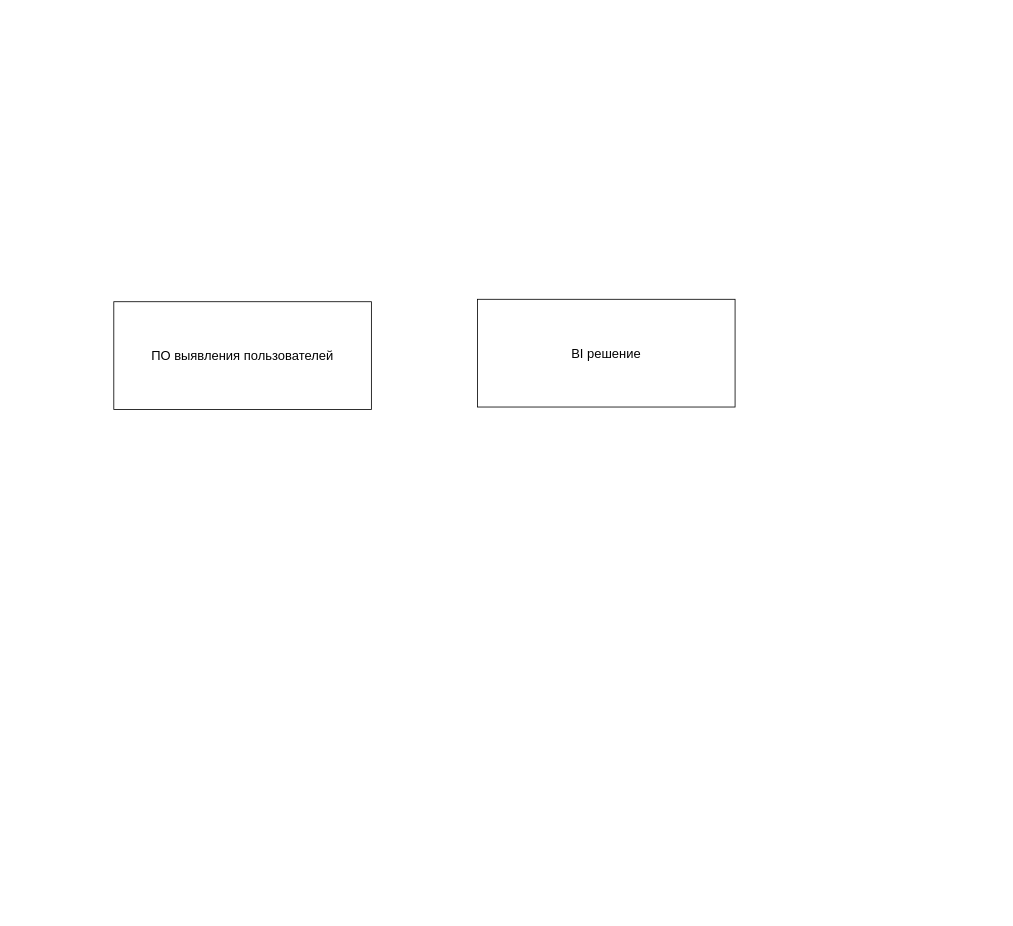
Above: page "Страница 2" (2 of 2) of Диаграмма без названия.drawio in careock/diagrams (draw.io), before the change. Source tidied: cells renumbered, new cells numbered last; positions are measured from the earlier drawing's top-left corner, leaving out a move shared by most shapes. Both pictures are drawn from the tidied source at 81%, with x=0, y=0 at pixel (113, 299).
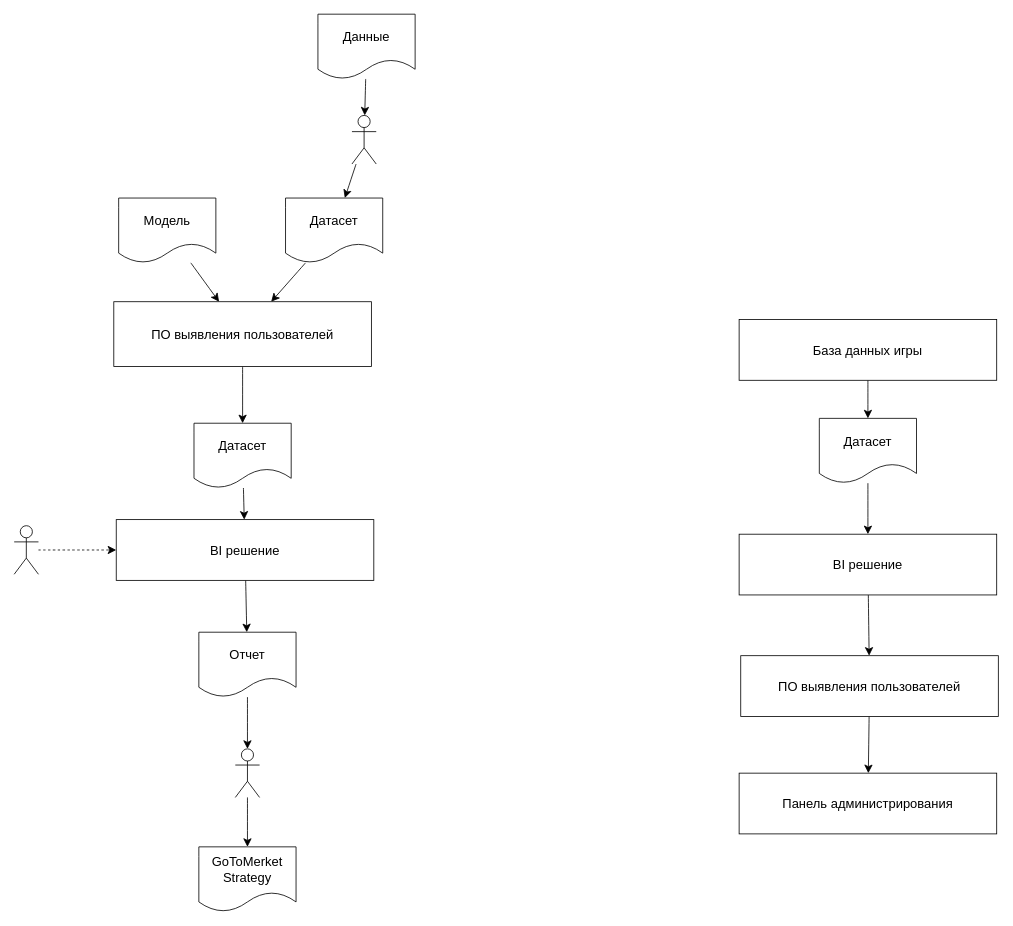
The same diagram, later.

Change to the diagram source:
```diff
@@
+    <mxCell id="4" style="edgeStyle=none;curved=1;rounded=0;jettySize=auto;html=1;fontSize=12;startSize=8;endSize=8;" parent="1" edge="1" source="2" target="10">
+      <mxGeometry relative="1" as="geometry" />
+    </mxCell>
     <mxCell id="2" value="ПО выявления пользователей" style="rounded=0;whiteSpace=wrap;html=1;fontSize=16;strokeWidth=1;" parent="1" vertex="1">
-      <mxGeometry y="3" width="318" height="133" as="geometry" />
+      <mxGeometry y="3" width="318" height="80" as="geometry" />
     </mxCell>
-    <mxCell id="3" value="BI решение" style="rounded=0;whiteSpace=wrap;html=1;fontSize=16;strokeWidth=1;" parent="1" vertex="1">
-      <mxGeometry x="449" width="318" height="133" as="geometry" />
-    </mxCell>
+    <mxCell id="5" style="edgeStyle=none;curved=1;rounded=0;jettySize=auto;html=1;fontSize=12;startSize=8;endSize=8;" parent="1" edge="1" source="6" target="2">
+      <mxGeometry relative="1" as="geometry" />
+    </mxCell>
+    <mxCell id="6" value="Модель" style="shape=document;whiteSpace=wrap;html=1;boundedLbl=1;fontSize=16;" parent="1" vertex="1">
+      <mxGeometry x="6" y="-125" width="120" height="80" as="geometry" />
+    </mxCell>
+    <mxCell id="7" style="edgeStyle=none;curved=1;rounded=0;jettySize=auto;html=1;fontSize=12;startSize=8;endSize=8;" parent="1" edge="1" source="8" target="2">
+      <mxGeometry relative="1" as="geometry" />
+    </mxCell>
+    <mxCell id="8" value="Датасет" style="shape=document;whiteSpace=wrap;html=1;boundedLbl=1;fontSize=16;" parent="1" vertex="1">
+      <mxGeometry x="212" y="-125" width="120" height="80" as="geometry" />
+    </mxCell>
+    <mxCell id="9" style="edgeStyle=none;curved=1;rounded=0;jettySize=auto;html=1;fontSize=12;startSize=8;endSize=8;" parent="1" edge="1" source="10" target="16">
+      <mxGeometry relative="1" as="geometry" />
+    </mxCell>
+    <mxCell id="10" value="Датасет" style="shape=document;whiteSpace=wrap;html=1;boundedLbl=1;fontSize=16;" parent="1" vertex="1">
+      <mxGeometry x="99" y="153" width="120" height="80" as="geometry" />
+    </mxCell>
+    <mxCell id="11" style="edgeStyle=none;curved=1;rounded=0;jettySize=auto;html=1;fontSize=12;startSize=8;endSize=8;" parent="1" edge="1" source="12" target="8">
+      <mxGeometry relative="1" as="geometry" />
+    </mxCell>
+    <mxCell id="12" style="shape=umlActor;verticalLabelPosition=bottom;verticalAlign=top;html=1;outlineConnect=0;fontSize=16;" parent="1" vertex="1">
+      <mxGeometry x="294" y="-227" width="30" height="60" as="geometry" />
+    </mxCell>
+    <mxCell id="13" style="edgeStyle=none;curved=1;rounded=0;jettySize=auto;html=1;fontSize=12;startSize=8;endSize=8;" parent="1" edge="1" source="14" target="12">
+      <mxGeometry relative="1" as="geometry" />
+    </mxCell>
+    <mxCell id="14" value="Данные" style="shape=document;whiteSpace=wrap;html=1;boundedLbl=1;fontSize=16;" parent="1" vertex="1">
+      <mxGeometry x="252" y="-352" width="120" height="80" as="geometry" />
+    </mxCell>
+    <mxCell id="15" style="edgeStyle=none;curved=1;rounded=0;jettySize=auto;html=1;fontSize=12;startSize=8;endSize=8;" parent="1" edge="1" source="16" target="20">
+      <mxGeometry relative="1" as="geometry" />
+    </mxCell>
+    <mxCell id="16" value="BI решение" style="rounded=0;whiteSpace=wrap;html=1;fontSize=16;strokeWidth=1;" parent="1" vertex="1">
+      <mxGeometry x="3" y="272" width="318" height="75" as="geometry" />
+    </mxCell>
+    <mxCell id="17" style="edgeStyle=none;curved=1;rounded=0;jettySize=auto;html=1;fontSize=12;startSize=8;endSize=8;dashed=1;" parent="1" edge="1" source="18" target="16">
+      <mxGeometry relative="1" as="geometry" />
+    </mxCell>
+    <mxCell id="18" style="shape=umlActor;verticalLabelPosition=bottom;verticalAlign=top;html=1;outlineConnect=0;fontSize=16;" parent="1" vertex="1">
+      <mxGeometry x="-123" y="279.5" width="30" height="60" as="geometry" />
+    </mxCell>
+    <mxCell id="19" style="edgeStyle=none;curved=1;rounded=0;jettySize=auto;html=1;fontSize=12;startSize=8;endSize=8;" parent="1" edge="1" source="20" target="24">
+      <mxGeometry relative="1" as="geometry" />
+    </mxCell>
+    <mxCell id="20" value="Отчет" style="shape=document;whiteSpace=wrap;html=1;boundedLbl=1;fontSize=16;" parent="1" vertex="1">
+      <mxGeometry x="105" y="411" width="120" height="80" as="geometry" />
+    </mxCell>
+    <mxCell id="21" style="edgeStyle=none;curved=1;rounded=0;jettySize=auto;html=1;fontSize=12;startSize=8;endSize=8;" parent="1" edge="1" source="22" target="28">
+      <mxGeometry relative="1" as="geometry" />
+    </mxCell>
+    <mxCell id="22" value="ПО выявления пользователей" style="rounded=0;whiteSpace=wrap;html=1;fontSize=16;strokeWidth=1;" parent="1" vertex="1">
+      <mxGeometry x="774" y="440" width="318" height="75" as="geometry" />
+    </mxCell>
+    <mxCell id="23" style="edgeStyle=none;curved=1;rounded=0;jettySize=auto;html=1;fontSize=12;startSize=8;endSize=8;" parent="1" edge="1" source="24" target="25">
+      <mxGeometry relative="1" as="geometry" />
+    </mxCell>
+    <mxCell id="24" style="shape=umlActor;verticalLabelPosition=bottom;verticalAlign=top;html=1;outlineConnect=0;fontSize=16;" parent="1" vertex="1">
+      <mxGeometry x="150" y="555" width="30" height="60" as="geometry" />
+    </mxCell>
+    <mxCell id="25" value="GoToMerket Strategy" style="shape=document;whiteSpace=wrap;html=1;boundedLbl=1;fontSize=16;" parent="1" vertex="1">
+      <mxGeometry x="105" y="676" width="120" height="80" as="geometry" />
+    </mxCell>
+    <mxCell id="26" style="edgeStyle=none;curved=1;rounded=0;jettySize=auto;html=1;fontSize=12;startSize=8;endSize=8;" parent="1" edge="1" source="27" target="22">
+      <mxGeometry relative="1" as="geometry" />
+    </mxCell>
+    <mxCell id="27" value="BI решение" style="rounded=0;whiteSpace=wrap;html=1;fontSize=16;strokeWidth=1;" parent="1" vertex="1">
+      <mxGeometry x="772" y="290" width="318" height="75" as="geometry" />
+    </mxCell>
+    <mxCell id="28" value="Панель администрирования" style="rounded=0;whiteSpace=wrap;html=1;fontSize=16;strokeWidth=1;" parent="1" vertex="1">
+      <mxGeometry x="772" y="585" width="318" height="75" as="geometry" />
+    </mxCell>
+    <mxCell id="29" style="edgeStyle=none;curved=1;rounded=0;jettySize=auto;html=1;fontSize=12;startSize=8;endSize=8;" parent="1" edge="1" source="30" target="27">
+      <mxGeometry relative="1" as="geometry" />
+    </mxCell>
+    <mxCell id="30" value="Датасет" style="shape=document;whiteSpace=wrap;html=1;boundedLbl=1;fontSize=16;" parent="1" vertex="1">
+      <mxGeometry x="871" y="147" width="120" height="80" as="geometry" />
+    </mxCell>
+    <mxCell id="31" style="edgeStyle=none;curved=1;rounded=0;jettySize=auto;html=1;fontSize=12;startSize=8;endSize=8;" parent="1" edge="1" source="32" target="30">
+      <mxGeometry relative="1" as="geometry" />
+    </mxCell>
+    <mxCell id="32" value="База данных игры" style="rounded=0;whiteSpace=wrap;html=1;fontSize=16;strokeWidth=1;" parent="1" vertex="1">
+      <mxGeometry x="772" y="25" width="318" height="75" as="geometry" />
+    </mxCell>
```
